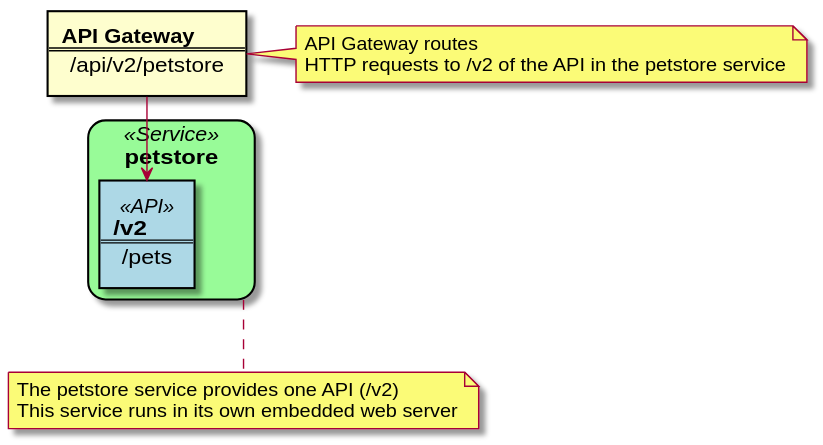
zowe/docs-site keeps this PlantUML diagram as docs/user-guide/api-mediation/diagrams/rest-api-components-sample.svg. Above is the earlier version. Source of this version:
```plantuml
@startuml
skinparam rectangle {
    roundCorner<<Service>> 25
    BackgroundColor<<API>> LightBlue
    BackgroundColor<<Service>> PaleGreen
}

rectangle gateway [
<b>API Gateway</b>
===
/api/v2/petstore
]

rectangle petstore <<Service>> {
    rectangle petstore_api_v2 <<API>> [
    <b>/v2</b>
    ==
    /pets
    ]
}

note right of gateway: API Gateway routes\nHTTP requests to /v2 of the API in the petstore service
note bottom of petstore: The petstore service provides one API (/v2)\nThis service runs in its own embedded web server

gateway --> petstore_api_v2
@enduml
```
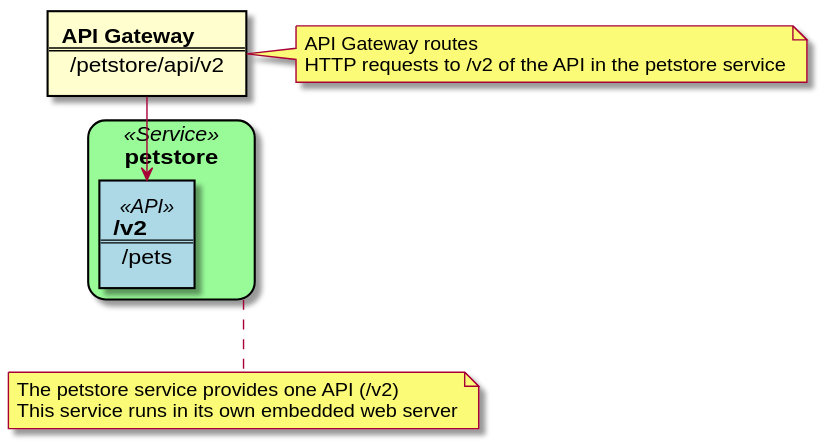
The same file after the commit.

Diff of the diagram source:
```diff
@@ -8,7 +8,7 @@
 rectangle gateway [
 <b>API Gateway</b>
 ===
-/api/v2/petstore
+/petstore/api/v2
 ]
 
 rectangle petstore <<Service>> {
```
